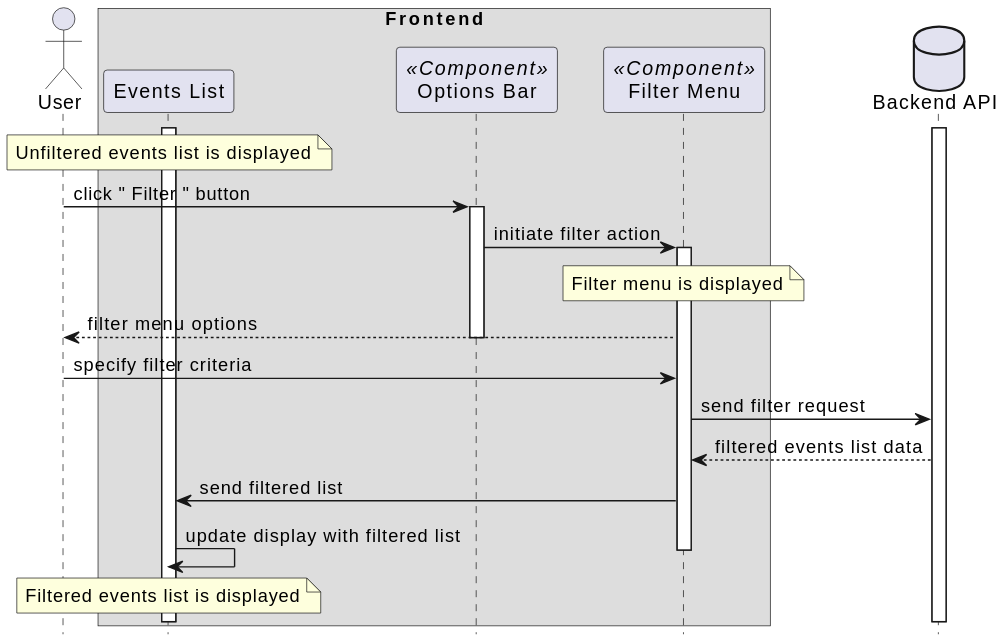
Modern-MISP/frontend keeps this PlantUML diagram as docs/sequencediagrams/svg/filter_events.svg. Above is the earlier version.
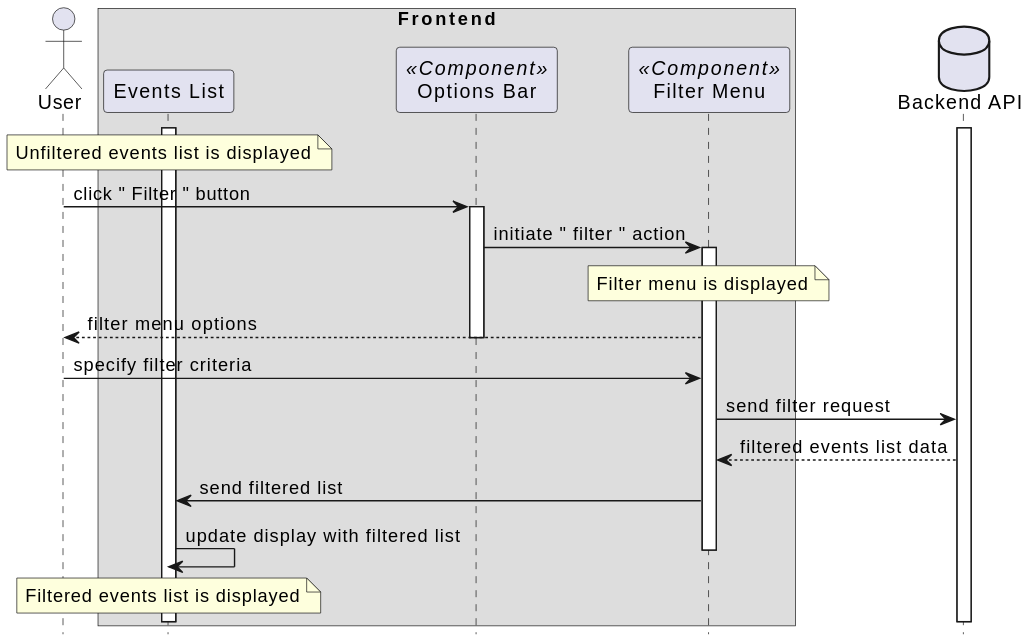
Above is the later version.

Commit message:
uploaded svg files of updated seq diagrams

What changed in the source:
```diff
@@ -17,7 +17,7 @@
 user -> topmenu: click " Filter " button
 activate topmenu
 
-topmenu -> filter: initiate filter action
+topmenu -> filter: initiate " filter " action
 activate filter
 note over filter: Filter menu is displayed
 
```
